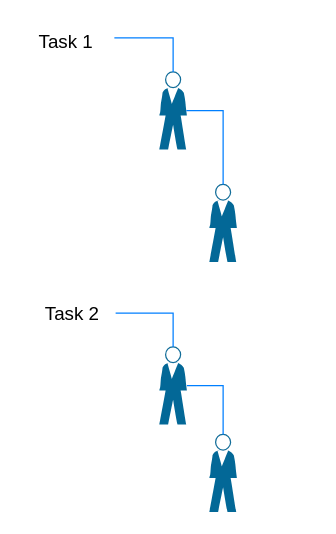
The draw.io diagram Starting/Structure.drawio in Sohal-03/Draw.io, before the edit. Source tidied: cells renumbered, new cells numbered last; positions are measured from the earlier drawing's top-left corner, leaving out a move shared by most shapes. Both pictures are drawn from the tidied source at 125%, with x=0, y=0 at pixel (21, 21).
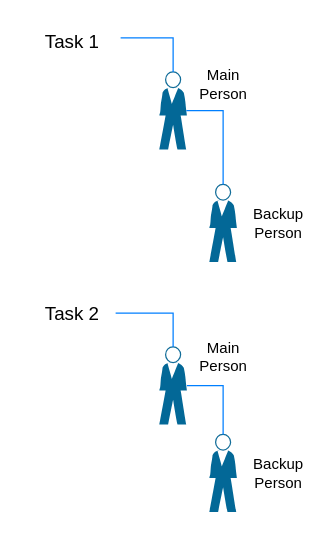
After the change.

Change to the diagram source:
```diff
@@
 <mxGraphModel>
   <root>
     <mxCell id="0" />
     <mxCell id="1" parent="0" />
     <mxCell id="2" style="shape=mxgraph.cisco.people.standing_man;sketch=0;html=1;dashed=0;fillColor=#036897;strokeColor=#ffffff;strokeWidth=2;verticalLabelPosition=bottom;verticalAlign=top;align=center;outlineConnect=0;" parent="1" vertex="1">
       <mxGeometry x="150" y="330" width="22" height="62" as="geometry" />
     </mxCell>
     <mxCell id="3" style="shape=mxgraph.cisco.people.standing_man;sketch=0;html=1;dashed=0;fillColor=#036897;strokeColor=#ffffff;strokeWidth=2;verticalLabelPosition=bottom;verticalAlign=top;align=center;outlineConnect=0;" parent="1" vertex="1">
       <mxGeometry x="110" y="260" width="22" height="62" as="geometry" />
     </mxCell>
     <mxCell id="4" style="shape=mxgraph.cisco.people.standing_man;sketch=0;html=1;dashed=0;fillColor=#036897;strokeColor=#ffffff;strokeWidth=2;verticalLabelPosition=bottom;verticalAlign=top;align=center;outlineConnect=0;" parent="1" vertex="1">
       <mxGeometry x="110" y="40" width="22" height="62" as="geometry" />
     </mxCell>
     <mxCell id="5" style="shape=mxgraph.cisco.people.standing_man;sketch=0;html=1;dashed=0;fillColor=#036897;strokeColor=#ffffff;strokeWidth=2;verticalLabelPosition=bottom;verticalAlign=top;align=center;outlineConnect=0;" parent="1" vertex="1">
       <mxGeometry x="150" y="130" width="22" height="62" as="geometry" />
     </mxCell>
     <mxCell id="6" value="&lt;font style=&quot;font-size: 15px;&quot;&gt;Task 1&lt;/font&gt;" style="text;html=1;align=center;verticalAlign=middle;points=[];strokeColor=none;fillColor=none;" parent="1" vertex="1">
-      <mxGeometry width="70" height="30" as="geometry" />
+      <mxGeometry x="5" width="70" height="30" as="geometry" />
     </mxCell>
     <mxCell id="7" style="endArrow=none;html=1;rounded=0;strokeColor=#007FFF;edgeStyle=orthogonalEdgeStyle;flowAnimation=1;exitX=1.057;exitY=0.427;exitDx=0;exitDy=0;exitPerimeter=0;entryX=0.5;entryY=0;entryDx=0;entryDy=0;entryPerimeter=0;" parent="1" edge="1" source="6" target="4">
       <mxGeometry relative="1" as="geometry" />
     </mxCell>
     <mxCell id="8" style="endArrow=none;html=1;rounded=0;strokeColor=#007FFF;edgeStyle=orthogonalEdgeStyle;flowAnimation=1;exitX=0.98;exitY=0.5;exitDx=0;exitDy=0;exitPerimeter=0;entryX=0.5;entryY=0;entryDx=0;entryDy=0;entryPerimeter=0;" parent="1" edge="1" source="4" target="5">
       <mxGeometry relative="1" as="geometry" />
     </mxCell>
     <mxCell id="9" value="&lt;font style=&quot;font-size: 15px;&quot;&gt;Task 2&lt;/font&gt;" style="text;html=1;align=center;verticalAlign=middle;points=[];strokeColor=none;fillColor=none;" parent="1" vertex="1">
       <mxGeometry x="5" y="218" width="70" height="30" as="geometry" />
     </mxCell>
     <mxCell id="10" style="endArrow=none;html=1;rounded=0;strokeColor=#007FFF;edgeStyle=orthogonalEdgeStyle;flowAnimation=1;entryX=0.5;entryY=0;entryDx=0;entryDy=0;entryPerimeter=0;" parent="1" edge="1" source="9" target="3">
       <mxGeometry relative="1" as="geometry" />
     </mxCell>
     <mxCell id="11" style="endArrow=none;html=1;rounded=0;strokeColor=#007FFF;edgeStyle=orthogonalEdgeStyle;flowAnimation=1;entryX=0.5;entryY=0;entryDx=0;entryDy=0;entryPerimeter=0;" parent="1" edge="1" source="3" target="2">
       <mxGeometry relative="1" as="geometry" />
     </mxCell>
+    <mxCell id="12" value="Backup&lt;div&gt;Person&lt;/div&gt;" style="text;html=1;align=center;verticalAlign=middle;strokeColor=none;fillColor=none;" parent="1" vertex="1">
+      <mxGeometry x="175" y="341" width="60" height="40" as="geometry" />
+    </mxCell>
+    <mxCell id="13" value="Main&lt;div&gt;Person&lt;/div&gt;" style="text;html=1;align=center;verticalAlign=middle;strokeColor=none;fillColor=none;" parent="1" vertex="1">
+      <mxGeometry x="131" y="248" width="60" height="40" as="geometry" />
+    </mxCell>
+    <mxCell id="14" value="Main&lt;br&gt;Person" style="text;html=1;align=center;verticalAlign=middle;strokeColor=none;fillColor=none;" parent="1" vertex="1">
+      <mxGeometry x="131" y="30" width="60" height="40" as="geometry" />
+    </mxCell>
+    <mxCell id="15" value="Backup&lt;br&gt;Person" style="text;html=1;align=center;verticalAlign=middle;strokeColor=none;fillColor=none;" parent="1" vertex="1">
+      <mxGeometry x="175" y="141" width="60" height="40" as="geometry" />
+    </mxCell>
   </root>
 </mxGraphModel>
```
